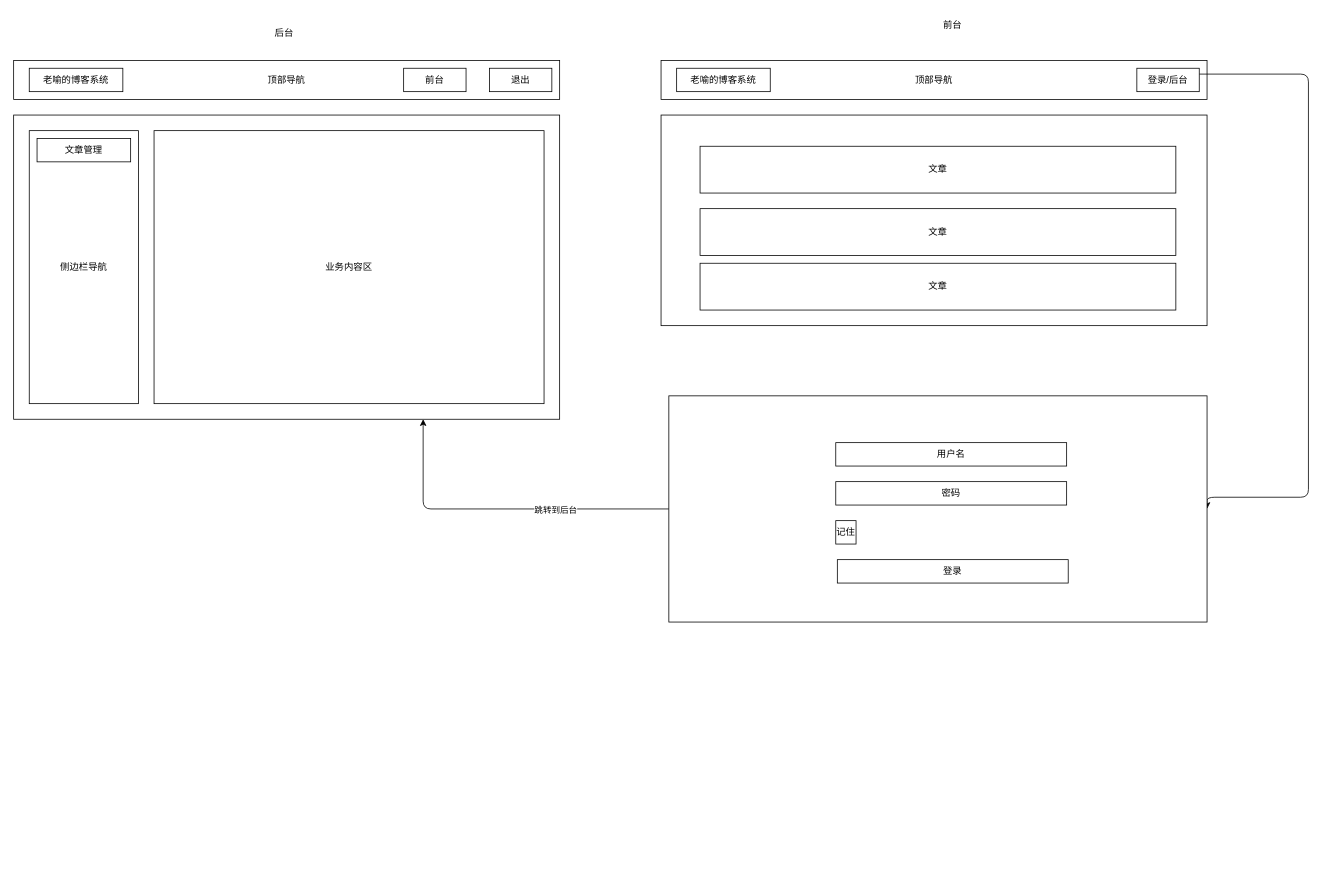
Before: ui/docs/prd.drawio in GeekQk/vblog, a draw.io diagram. Source tidied: cells renumbered, new cells numbered last; positions are measured from the earlier drawing's top-left corner, leaving out a move shared by most shapes. Both pictures are drawn from the tidied source at 78%, with x=0, y=0 at pixel (13, 13).
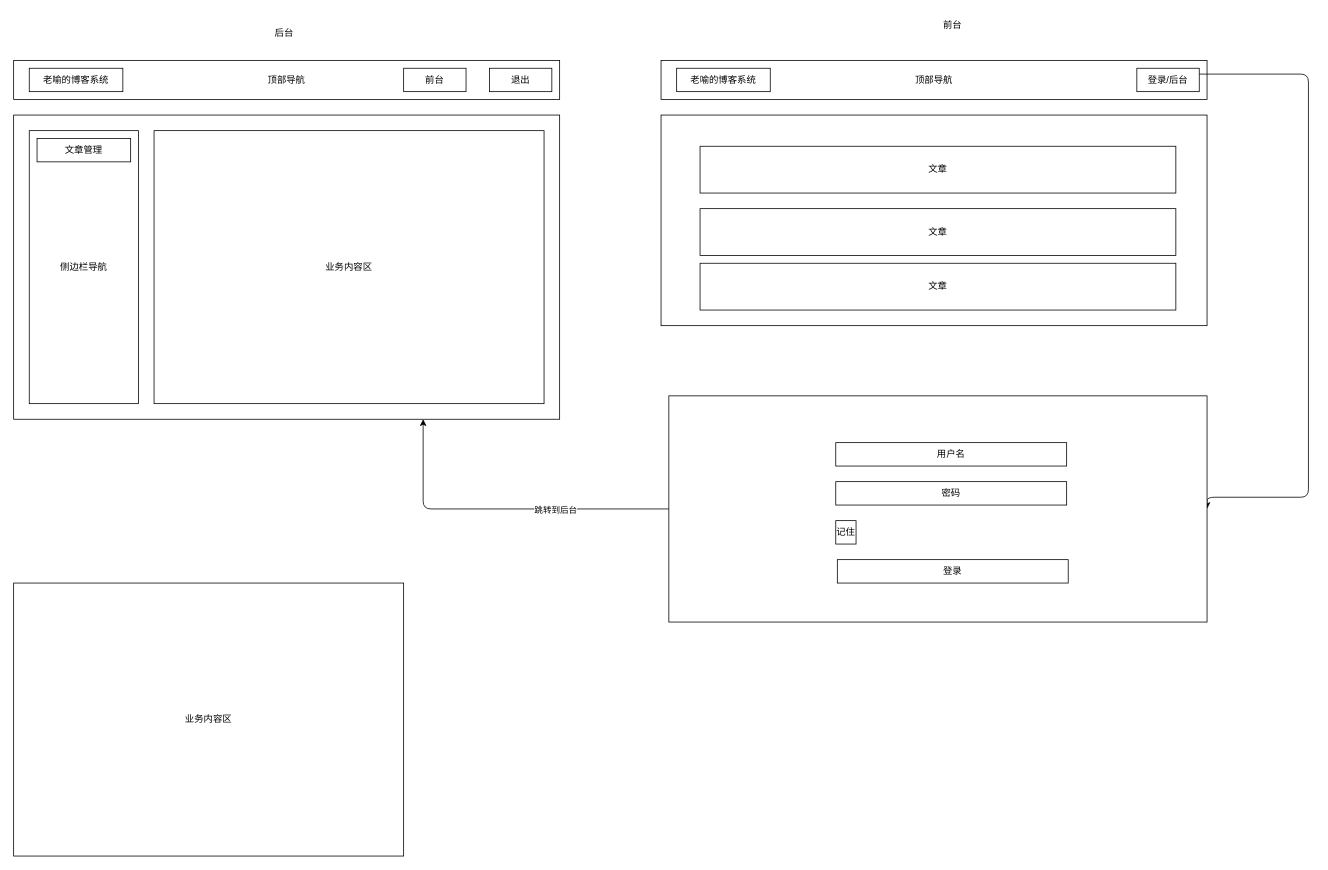
Above is the later version.

What changed in the source:
```diff
@@
+    <mxCell id="27" value="业务内容区" style="rounded=0;whiteSpace=wrap;html=1;" parent="1" vertex="1">
+      <mxGeometry y="730" width="500" height="350" as="geometry" />
+    </mxCell>
```
